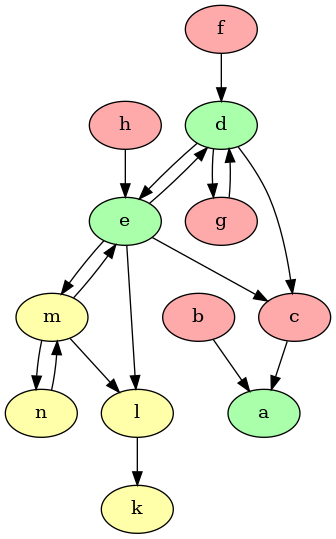
Before: XLoKR-2023/output/state_2.0_graph.png, a diagram exported from Graphviz (idaks/Games-and-Argumentation). Its source is kept beside it as XLoKR-2023/output/state_2.0_graph.dot. Its diagram source:
```dot
strict digraph "" {
	b	[fillcolor="#FFAAAA",
		style=filled];
	a	[fillcolor="#AAFFAA",
		style=filled];
	b -> a;
	c	[fillcolor="#FFAAAA",
		style=filled];
	c -> a;
	l	[fillcolor="#FFFFAA",
		style=filled];
	k	[fillcolor="#FFFFAA",
		style=filled];
	l -> k;
	d	[fillcolor="#AAFFAA",
		style=filled];
	d -> c;
	e	[fillcolor="#AAFFAA",
		style=filled];
	d -> e;
	g	[fillcolor="#FFAAAA",
		style=filled];
	d -> g;
	e -> c;
	e -> l;
	e -> d;
	m	[fillcolor="#FFFFAA",
		style=filled];
	e -> m;
	m -> l;
	m -> e;
	n	[fillcolor="#FFFFAA",
		style=filled];
	m -> n;
	f	[fillcolor="#FFAAAA",
		style=filled];
	f -> d;
	g -> d;
	h	[fillcolor="#FFAAAA",
		style=filled];
	h -> e;
	n -> m;
}
```
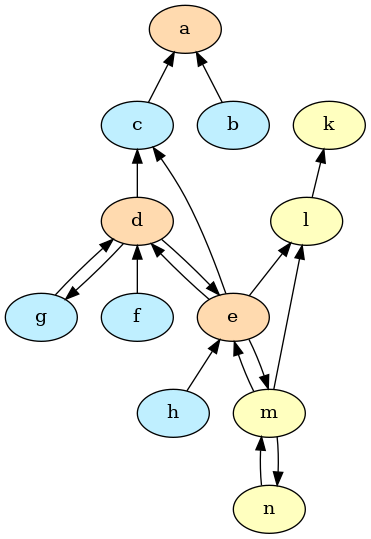
Above is the later version.

Diff of the diagram source:
```diff
@@ -1,43 +1,43 @@
 strict digraph "" {
-	b	[fillcolor="#FFAAAA",
+	a	[fillcolor="#ffdaaf",
 		style=filled];
-	a	[fillcolor="#AAFFAA",
+	b	[fillcolor="#bfefff",
 		style=filled];
-	b -> a;
-	c	[fillcolor="#FFAAAA",
+	a -> b	[dir=back];
+	c	[fillcolor="#bfefff",
 		style=filled];
-	c -> a;
-	l	[fillcolor="#FFFFAA",
+	a -> c	[dir=back];
+	d	[fillcolor="#ffdaaf",
 		style=filled];
-	k	[fillcolor="#FFFFAA",
+	c -> d	[dir=back];
+	e	[fillcolor="#ffdaaf",
 		style=filled];
-	l -> k;
-	d	[fillcolor="#AAFFAA",
+	c -> e	[dir=back];
+	k	[fillcolor="#ffffbf",
 		style=filled];
-	d -> c;
-	e	[fillcolor="#AAFFAA",
+	l	[fillcolor="#ffffbf",
 		style=filled];
-	d -> e;
-	g	[fillcolor="#FFAAAA",
+	k -> l	[dir=back];
+	l -> e	[dir=back];
+	m	[fillcolor="#ffffbf",
 		style=filled];
-	d -> g;
-	e -> c;
-	e -> l;
-	e -> d;
-	m	[fillcolor="#FFFFAA",
+	l -> m	[dir=back];
+	d -> e	[dir=back];
+	f	[fillcolor="#bfefff",
 		style=filled];
-	e -> m;
-	m -> l;
-	m -> e;
-	n	[fillcolor="#FFFFAA",
+	d -> f	[dir=back];
+	g	[fillcolor="#bfefff",
 		style=filled];
-	m -> n;
-	f	[fillcolor="#FFAAAA",
+	d -> g	[dir=back];
+	e -> d	[dir=back];
+	e -> m	[dir=back];
+	h	[fillcolor="#bfefff",
 		style=filled];
-	f -> d;
-	g -> d;
-	h	[fillcolor="#FFAAAA",
+	e -> h	[dir=back];
+	m -> e	[dir=back];
+	n	[fillcolor="#ffffbf",
 		style=filled];
-	h -> e;
-	n -> m;
+	m -> n	[dir=back];
+	g -> d	[dir=back];
+	n -> m	[dir=back];
 }
```
